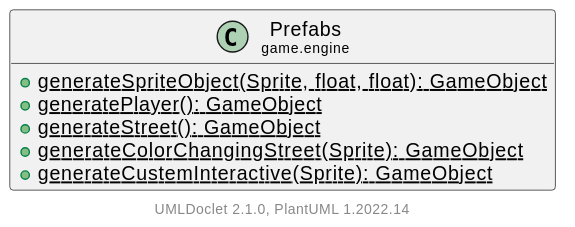
Before: doc/javadoc/game/engine/Prefabs.svg, a diagram exported from PlantUML (Hirschiii/JavaGameEngine).
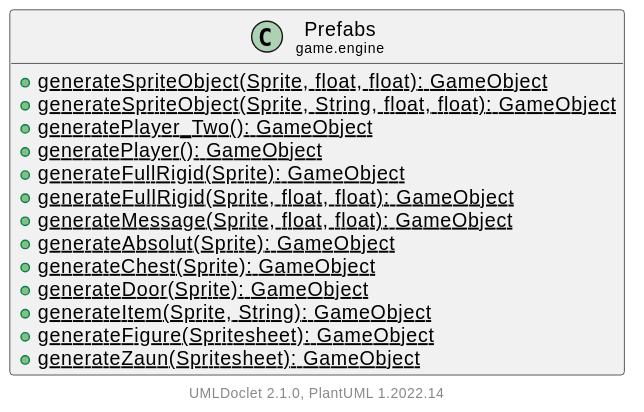
After the change.

Change to the diagram source:
```diff
@@ -5,10 +5,18 @@
 
     class "<size:14>Prefabs\n<size:10>game.engine" as game.engine.Prefabs [[Prefabs.html]] {
         {static} +generateSpriteObject(Sprite, float, float): GameObject
+        {static} +generateSpriteObject(Sprite, String, float, float): GameObject
+        {static} +generatePlayer_Two(): GameObject
         {static} +generatePlayer(): GameObject
-        {static} +generateStreet(): GameObject
-        {static} +generateColorChangingStreet(Sprite): GameObject
-        {static} +generateCustemInteractive(Sprite): GameObject
+        {static} +generateFullRigid(Sprite): GameObject
+        {static} +generateFullRigid(Sprite, float, float): GameObject
+        {static} +generateMessage(Sprite, float, float): GameObject
+        {static} +generateAbsolut(Sprite): GameObject
+        {static} +generateChest(Sprite): GameObject
+        {static} +generateDoor(Sprite): GameObject
+        {static} +generateItem(Sprite, String): GameObject
+        {static} +generateFigure(Spritesheet): GameObject
+        {static} +generateZaun(Spritesheet): GameObject
     }
 
     center footer UMLDoclet 2.1.0, PlantUML %version()
```
